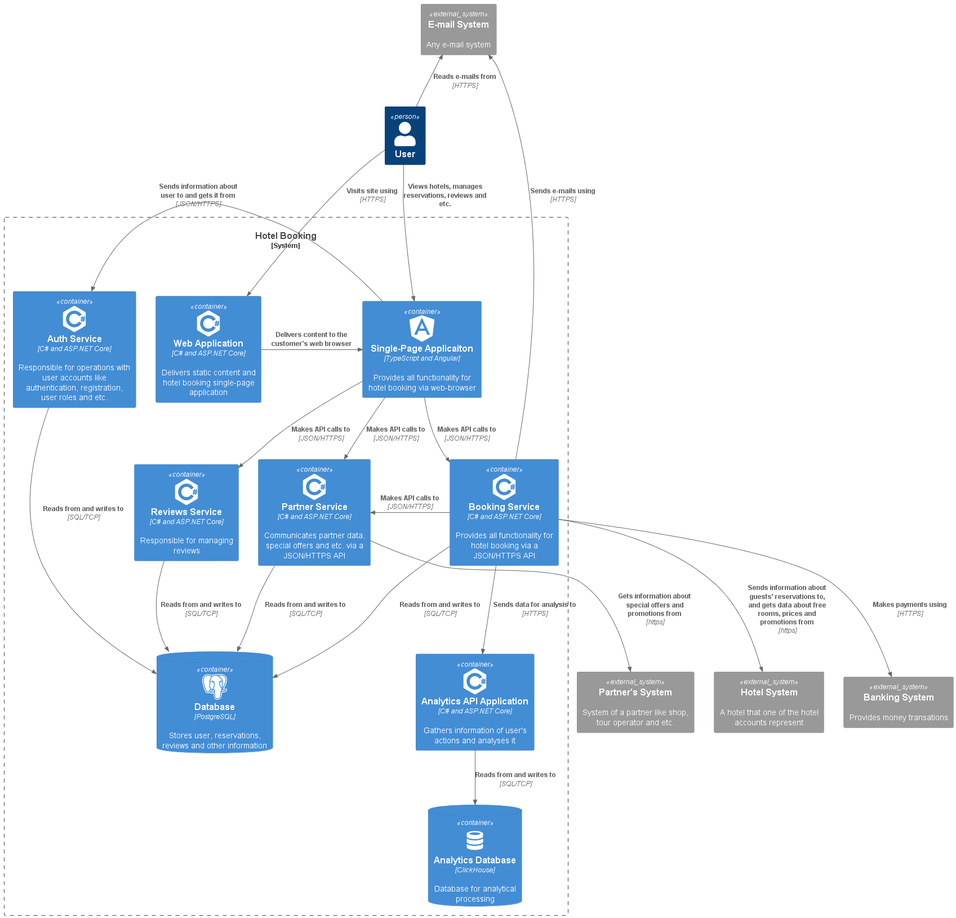
RuprechtKraus/SPM keeps this PlantUML diagram as C4/Container.png. Above is the earlier version.
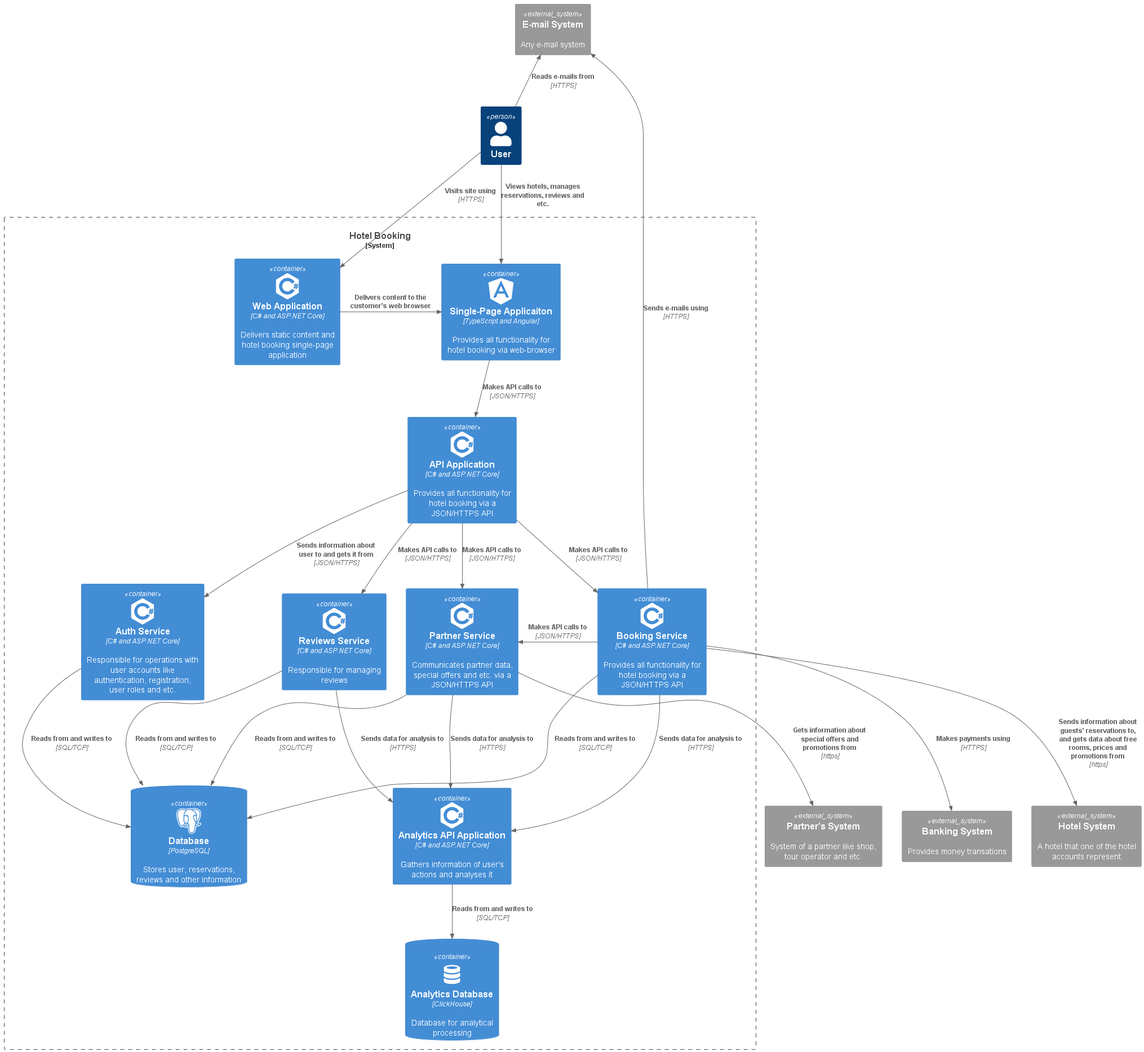
The same file after the commit.

Change to the diagram source:
```diff
@@ -20,6 +20,7 @@
 System_Boundary(Hb_container, "Hotel Booking") {
 	Container(Spa, "Single-Page Applicaiton", "TypeScript and Angular", "Provides all functionality for hotel booking via web-browser", $sprite="angularjs")
 
+	Container(Api, "API Application", "C# and ASP.NET Core", "Provides all functionality for hotel booking via a JSON/HTTPS API", $sprite="csharp")
 
 	Container(Booking, "Booking Service", "C# and ASP.NET Core", "Provides all functionality for hotel booking via a JSON/HTTPS API", $sprite="csharp")
 
@@ -39,11 +40,12 @@
 
 
 	Rel_R(Web, Spa, "Delivers content to the customer's web browser")
-	Rel(Spa, Booking, "Makes API calls to", "JSON/HTTPS")
-	Rel_L(Spa, Auth, "Sends information about user to and gets it from", "JSON/HTTPS")
 	Rel_L(Booking, PartnerService, "Makes API calls to", "JSON/HTTPS")
-	Rel_D(Spa, Reviews, "Makes API calls to", "JSON/HTTPS")
-	Rel_D(Spa, PartnerService, "Makes API calls to", "JSON/HTTPS")
+	Rel_D(Spa, Api, "Makes API calls to", "JSON/HTTPS")
+	Rel_D(Api, Booking, "Makes API calls to", "JSON/HTTPS")
+	Rel_D(Api, Auth, "Sends information about user to and gets it from", "JSON/HTTPS")
+	Rel_D(Api, Reviews, "Makes API calls to", "JSON/HTTPS")
+	Rel_D(Api, PartnerService, "Makes API calls to", "JSON/HTTPS")
 
 	Rel_D(Booking, HotelBookingDb, "Reads from and writes to", "SQL/TCP")
 	Rel_D(Auth, HotelBookingDb, "Reads from and writes to", "SQL/TCP")
@@ -52,6 +54,8 @@
 
 	Rel_D(Analytics, AnalyticsDb, "Reads from and writes to", "SQL/TCP")
 	Rel_D(Booking, Analytics, "Sends data for analysis to", "HTTPS")
+	Rel_D(Reviews, Analytics, "Sends data for analysis to", "HTTPS")
+	Rel_D(PartnerService, Analytics, "Sends data for analysis to", "HTTPS")
 
 	Rel_D(User, Web, "Visits site using", "HTTPS")
 	Rel_D(User, Spa, "Views hotels, manages reservations, reviews and etc.")
```
